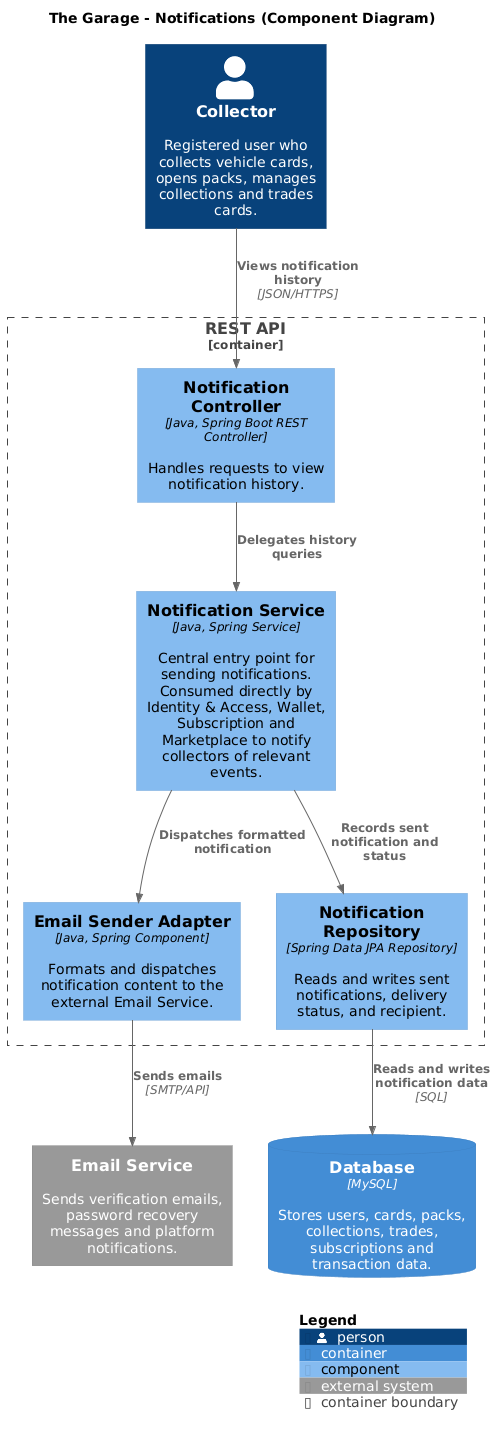
Above: exports/ComponentDiagrams/Notifications-ComponentDiagram.png in the-garage-studio/the-garage-c4-model-design (PlantUML), before the change. The source it was exported from:
```plantuml
@startuml Notifications-ComponentDiagram
!include https://raw.githubusercontent.com/plantuml-stdlib/C4-PlantUML/master/C4_Component.puml

LAYOUT_WITH_LEGEND()

title The Garage - Notifications (Component Diagram)

Person(collector, "Collector", "Registered user who collects vehicle cards, opens packs, manages collections and trades cards.")

System_Ext(email, "Email Service", "Sends verification emails, password recovery messages and platform notifications.")

Container_Boundary(api, "REST API") {

    Component(notification_controller, "Notification Controller", "Java, Spring Boot REST Controller", "Handles requests to view notification history.")

    Component(notification_service, "Notification Service", "Java, Spring Service", "Central entry point for sending notifications. Consumed directly by Identity & Access, Wallet, Subscription and Marketplace to notify collectors of relevant events.")
    Component(email_sender_adapter, "Email Sender Adapter", "Java, Spring Component", "Formats and dispatches notification content to the external Email Service.")

    Component(notification_repository, "Notification Repository", "Spring Data JPA Repository", "Reads and writes sent notifications, delivery status, and recipient.")
}

ContainerDb(database, "Database", "MySQL", "Stores users, cards, packs, collections, trades, subscriptions and transaction data.")

Rel(collector, notification_controller, "Views notification history", "JSON/HTTPS")

Rel(notification_controller, notification_service, "Delegates history queries")

Rel(notification_service, email_sender_adapter, "Dispatches formatted notification")
Rel(notification_service, notification_repository, "Records sent notification and status")

Rel(email_sender_adapter, email, "Sends emails", "SMTP/API")

Rel(notification_repository, database, "Reads and writes notification data", "SQL")

SHOW_LEGEND()
@enduml
```
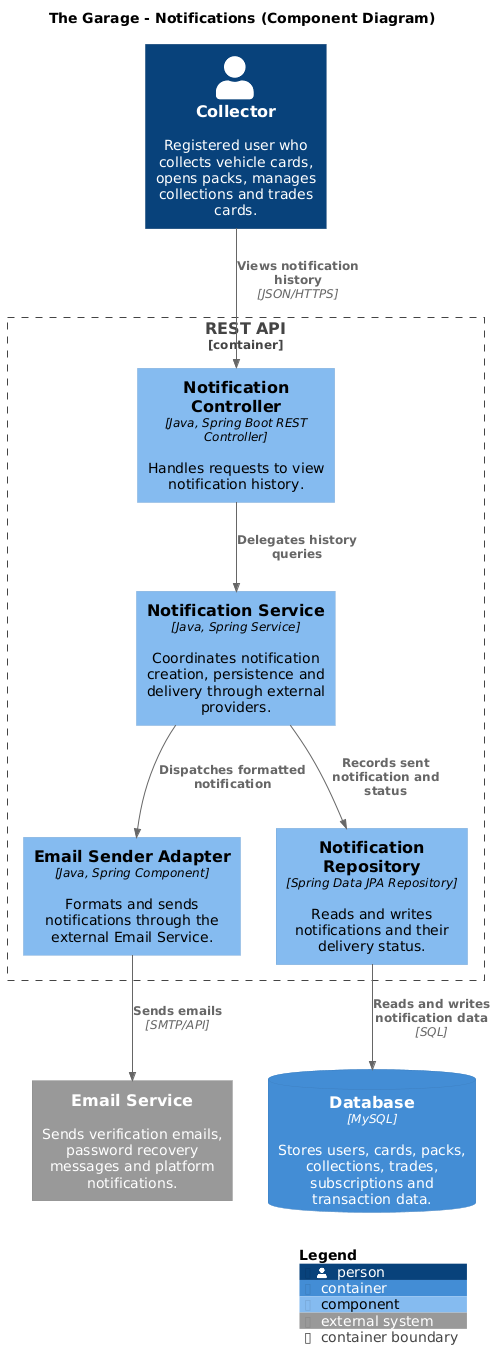
After the change.

Change to the diagram source:
```diff
@@ -13,10 +13,10 @@
 
     Component(notification_controller, "Notification Controller", "Java, Spring Boot REST Controller", "Handles requests to view notification history.")
 
-    Component(notification_service, "Notification Service", "Java, Spring Service", "Central entry point for sending notifications. Consumed directly by Identity & Access, Wallet, Subscription and Marketplace to notify collectors of relevant events.")
-    Component(email_sender_adapter, "Email Sender Adapter", "Java, Spring Component", "Formats and dispatches notification content to the external Email Service.")
+    Component(notification_service, "Notification Service", "Java, Spring Service", "Coordinates notification creation, persistence and delivery through external providers.")
+    Component(email_sender_adapter, "Email Sender Adapter", "Java, Spring Component", "Formats and sends notifications through the external Email Service.")
 
-    Component(notification_repository, "Notification Repository", "Spring Data JPA Repository", "Reads and writes sent notifications, delivery status, and recipient.")
+    Component(notification_repository, "Notification Repository", "Spring Data JPA Repository", "Reads and writes notifications and their delivery status.")
 }
 
 ContainerDb(database, "Database", "MySQL", "Stores users, cards, packs, collections, trades, subscriptions and transaction data.")
```
